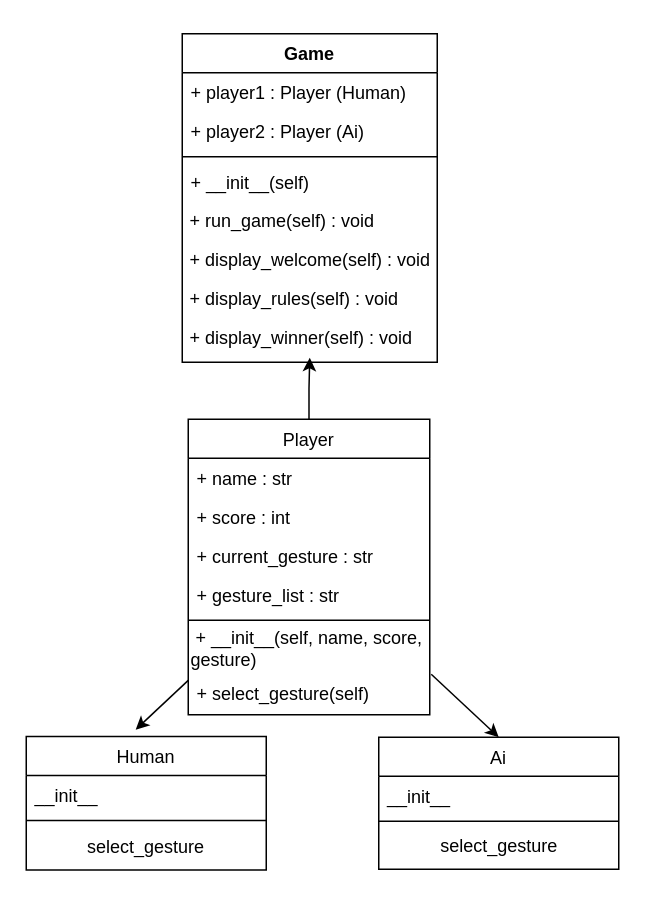
riveraxcheri/RPSLS keeps this draw.io diagram as RPSLS UML.drawio. Above is the earlier version. Source tidied: cells renumbered, new cells numbered last; positions are measured from the earlier drawing's top-left corner, leaving out a move shared by most shapes. Both pictures are drawn from the tidied source at 150%, with x=0, y=0 at pixel (26, 33).
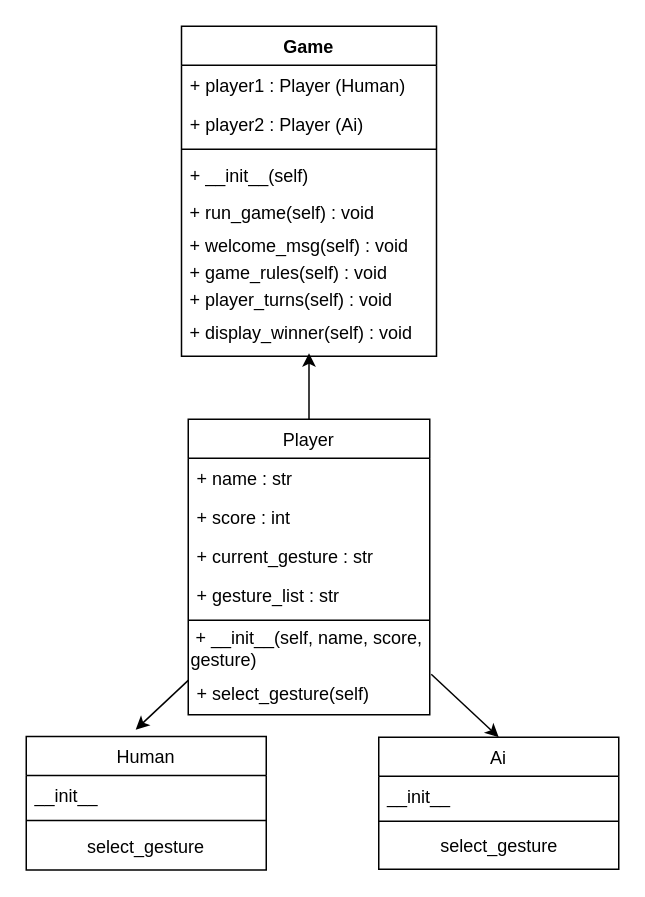
The same diagram, later.

What changed in the source:
```diff
@@
     <mxCell id="2" value="Game" style="swimlane;fontStyle=1;align=center;verticalAlign=top;horizontal=1;startSize=26;rounded=0;shadow=0;strokeWidth=1;" parent="1" vertex="1">
-      <mxGeometry x="104" width="170" height="219" as="geometry" />
+      <mxGeometry x="103.5" y="-5" width="170" height="220" as="geometry" />
     </mxCell>
@@
-    <mxCell id="8" value="+ display_welcome(self) : void" style="text;html=1;align=center;verticalAlign=middle;fillColor=none;strokeColor=none;rounded=0;" parent="2" vertex="1">
-      <mxGeometry y="138" width="170" height="26" as="geometry" />
+    <mxCell id="8" value="&amp;nbsp;+ welcome_msg(self) : void" style="text;html=1;align=left;verticalAlign=middle;fillColor=none;strokeColor=none;rounded=0;" parent="2" vertex="1">
+      <mxGeometry y="138" width="170" height="18" as="geometry" />
     </mxCell>
-    <mxCell id="9" value="&amp;nbsp;+ display_rules(self) : void" style="text;html=1;align=left;verticalAlign=middle;fillColor=none;strokeColor=none;rounded=0;" parent="2" vertex="1">
-      <mxGeometry y="164" width="170" height="26" as="geometry" />
+    <mxCell id="9" value="&amp;nbsp;+ game_rules(self) : void" style="text;html=1;align=left;verticalAlign=middle;fillColor=none;strokeColor=none;rounded=0;" parent="2" vertex="1">
+      <mxGeometry y="156" width="170" height="18" as="geometry" />
     </mxCell>
+    <mxCell id="30" value="&amp;nbsp;+ player_turns(self) : void" style="text;html=1;align=left;verticalAlign=middle;fillColor=none;strokeColor=none;rounded=0;" parent="2" vertex="1">
+      <mxGeometry y="174" width="170" height="18" as="geometry" />
+    </mxCell>
     <mxCell id="10" value="&amp;nbsp;+ display_winner(self) : void" style="text;html=1;align=left;verticalAlign=middle;points=[];fillColor=none;strokeColor=none;rounded=0;" parent="2" vertex="1">
-      <mxGeometry y="190" width="170" height="26" as="geometry" />
+      <mxGeometry y="192" width="170" height="26" as="geometry" />
     </mxCell>
```
